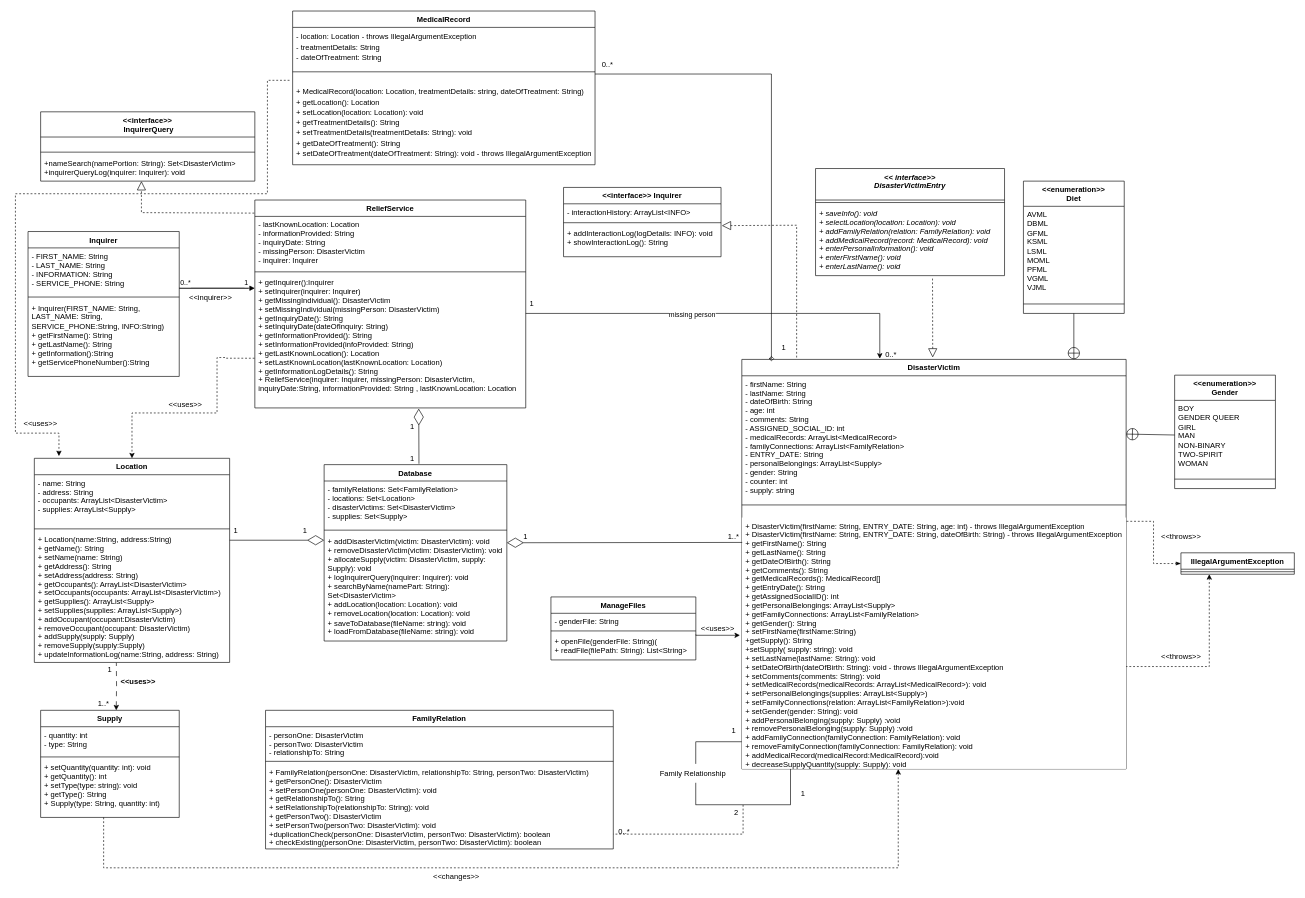
Earlier version of the draw.io diagram UML.drawio (aroushq1/380_assignment1_Java_Testing). Source tidied: cells renumbered, new cells numbered last; positions are measured from the earlier drawing's top-left corner, leaving out a move shared by most shapes. Both pictures are drawn from the tidied source at 63%, with x=0, y=0 at pixel (15, 11).
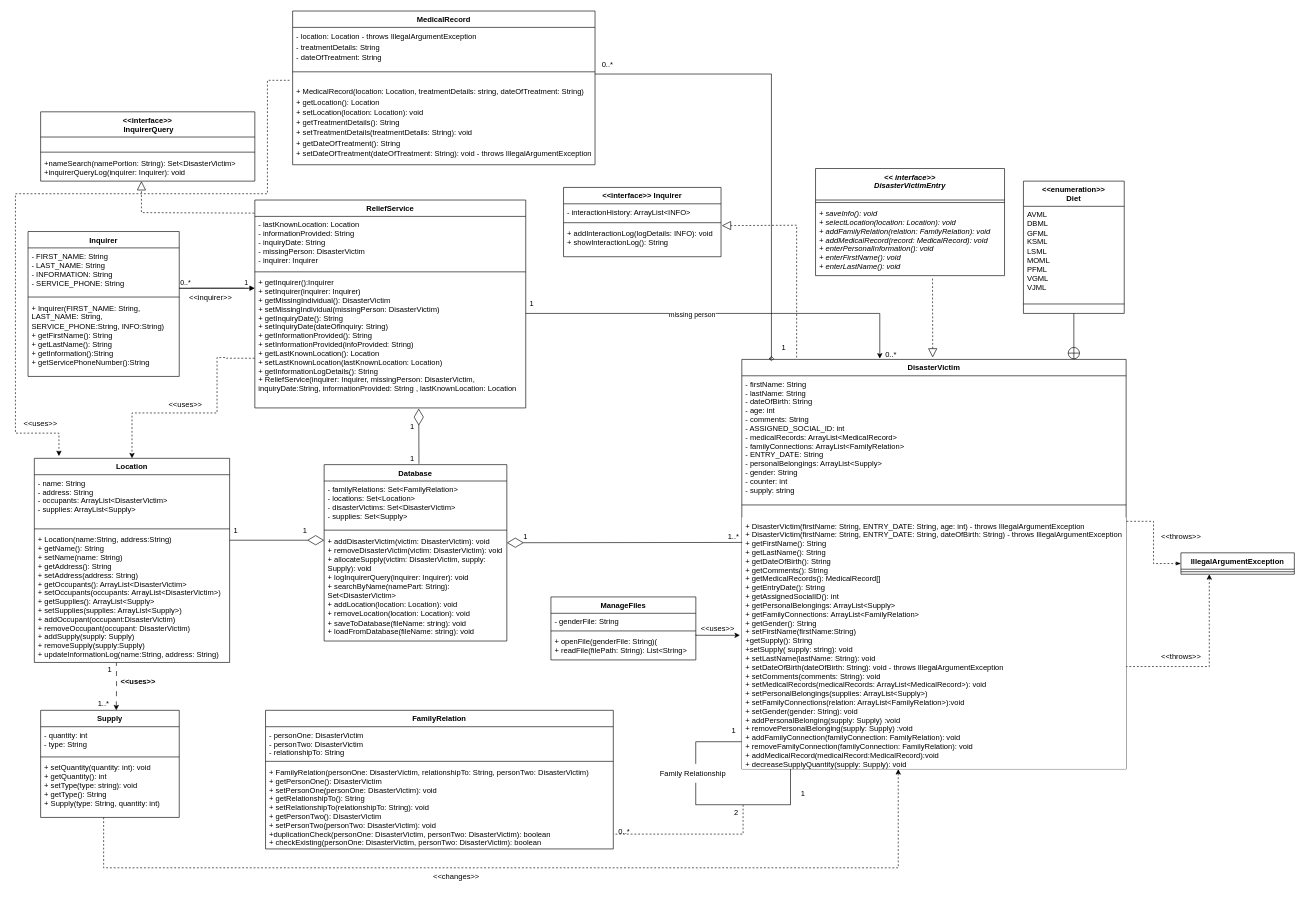
The same diagram, later.

Commit message:
removed enum gender

The change refers to these unchanged cells:
```xml
<mxCell id="5" value="- firstName: String&#10;- lastName: String&#10;- dateOfBirth: String&#10;- age: int&#10;- comments: String&#10;- ASSIGNED_SOCIAL_ID: int&#10;- medicalRecords: ArrayList&lt;MedicalRecord&gt;&#10;- familyConnections: ArrayList&lt;FamilyRelation&gt;&#10;- ENTRY_DATE: String&#10;- personalBelongings: ArrayList&lt;Supply&gt;&#10;- gender: String&#10;- counter: int&#10;- supply: string&#10;" style="text;strokeColor=none;fillColor=none;align=left;verticalAlign=top;spacingLeft=4;spacingRight=4;overflow=hidden;points=[[0,0.5],[1,0.5]];portConstraint=eastwest;fontStyle=0;" parent="4" vertex="1">
  <mxGeometry y="26" width="610" height="185" as="geometry" />
</mxCell>
```

Diff of the diagram source:
```diff
@@
-    <mxCell id="28" value="&amp;lt;&amp;lt;enumeration&amp;gt;&amp;gt; &lt;br&gt;Gender" style="swimlane;fontStyle=1;align=center;verticalAlign=top;horizontal=1;startSize=40;whiteSpace=wrap;html=1;" parent="1" vertex="1">
-      <mxGeometry x="1840" y="578" width="160" height="180" as="geometry" />
-    </mxCell>
-    <mxCell id="29" value="&lt;div&gt;BOY&lt;/div&gt;&lt;div&gt;GENDER QUEER&lt;/div&gt;&lt;div&gt;GIRL&lt;/div&gt;&lt;div&gt;MAN&lt;/div&gt;&lt;div&gt;NON-BINARY&lt;/div&gt;&lt;div&gt;TWO-SPIRIT&lt;/div&gt;&lt;div&gt;WOMAN&lt;/div&gt;&lt;div&gt;&lt;br&gt;&lt;/div&gt;" style="text;strokeColor=none;fillColor=none;align=left;verticalAlign=top;spacingLeft=4;spacingRight=4;overflow=hidden;points=[[0,0.5],[1,0.5]];portConstraint=eastwest;whiteSpace=wrap;html=1;fontStyle=0;" parent="28" vertex="1">
-      <mxGeometry y="40" width="160" height="110" as="geometry" />
-    </mxCell>
-    <mxCell id="30" style="line;strokeWidth=1;fillColor=none;align=left;verticalAlign=middle;spacingTop=-1;spacingLeft=3;spacingRight=3;labelPosition=right;strokeColor=inherit;fontStyle=0;" parent="28" vertex="1">
-      <mxGeometry y="150" width="160" height="30" as="geometry" />
-    </mxCell>
@@
-    <mxCell id="35" style="endArrow=circlePlus;startArrow=none;endFill=0;startFill=0;endSize=8;html=1;rounded=0;entryX=1;entryY=0.5;entryDx=0;entryDy=0;exitX=0;exitY=0.5;exitDx=0;exitDy=0;" parent="1" edge="1" source="29" target="5">
-      <mxGeometry relative="1" as="geometry" />
-    </mxCell>
```
